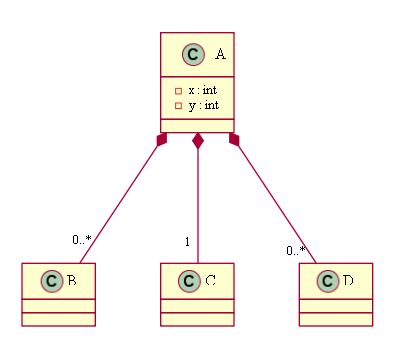
Earlier version of the PlantUML export JavaUMLParser/src/test/resources/Test-Case-1/output.png (MeenakshiParyani/CMPE-202). The source it was exported from:
```plantuml
@startuml
 class A {

 -x : int
 -y : int
}

 class B {

}

 class C {

}

 class D {

}

A " " *-- "0..*" B
A " " *-- "1" C
A " " *-- "0..*" D
@enduml
```
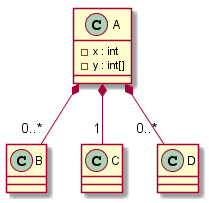
Above is the later version.

Change to the diagram source:
```diff
@@ -1,20 +1,16 @@
 @startuml
- class A {
-
+class A {
  -x : int
- -y : int
+ -y : int[]
 }
 
- class B {
-
+class B {
 }
 
- class C {
-
+class C {
 }
 
- class D {
-
+class D {
 }
 
 A " " *-- "0..*" B
```
